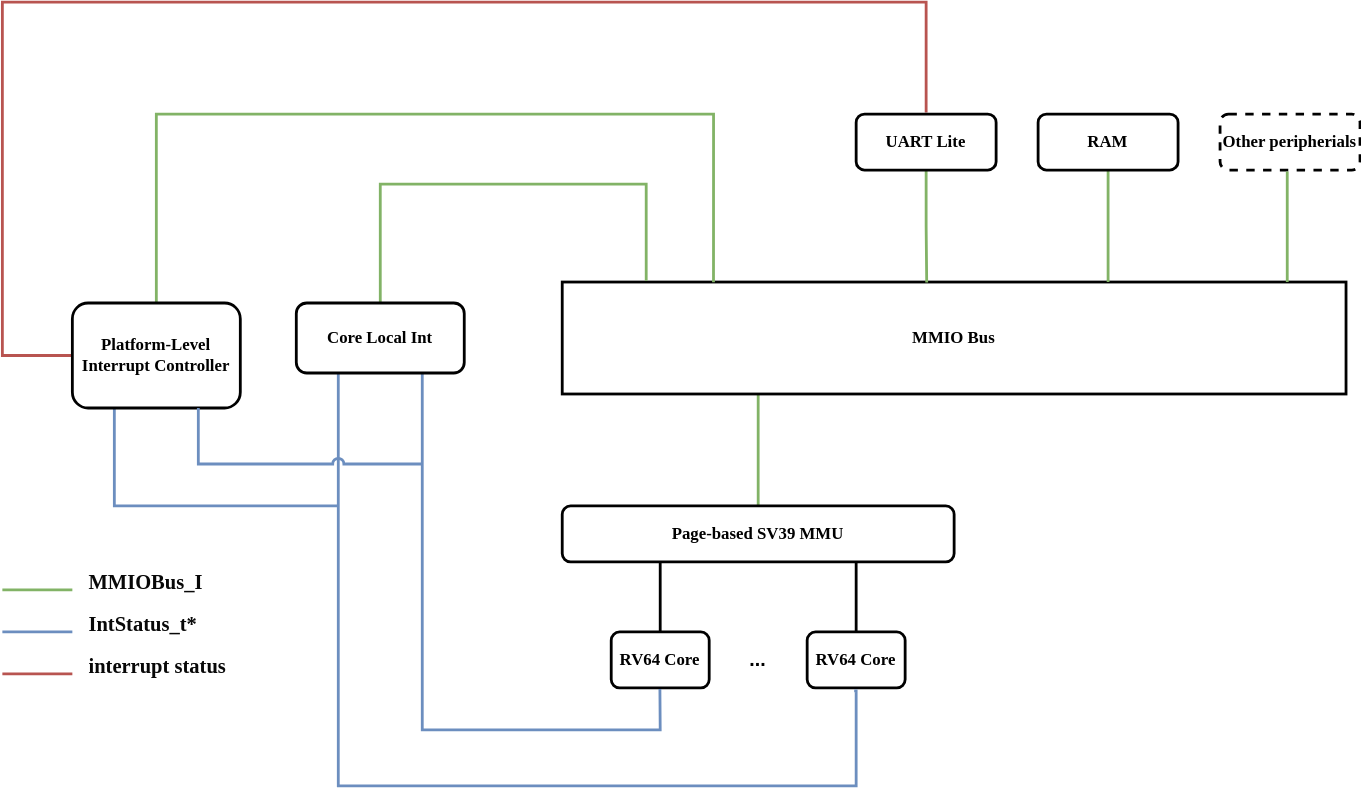
Earlier version of the draw.io export me-emu.svg (DreamChaser-luzeyu/M-EMU). Source tidied: cells renumbered, new cells last; positions are measured from the earlier drawing's top-left corner, leaving out a move shared by most shapes.
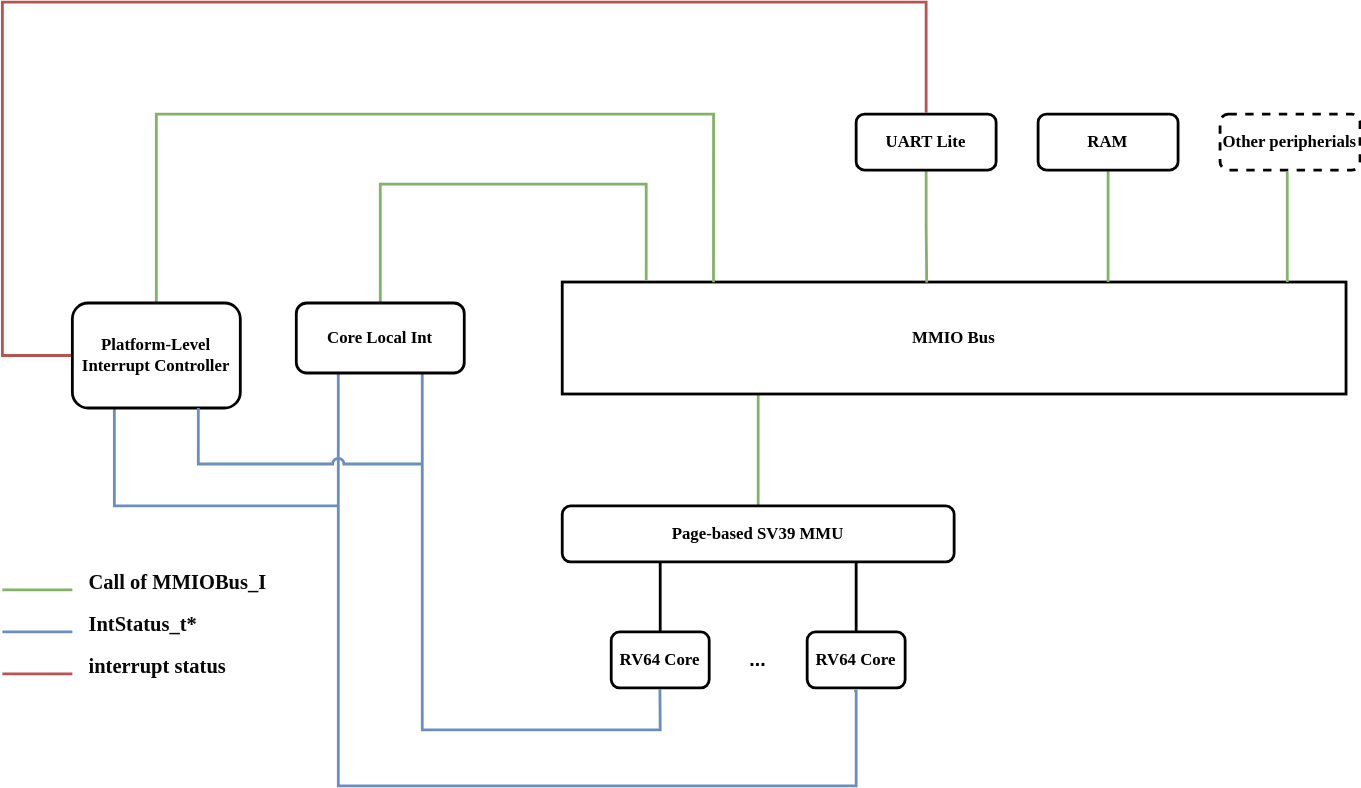
After the change.

Change to the diagram source:
```diff
@@ -130,8 +130,8 @@
         <mxPoint x="50" y="420" as="targetPoint" />
       </mxGeometry>
     </mxCell>
-    <mxCell id="26" value="&lt;div style=&quot;background-color: rgb(255, 255, 255); color: rgb(8, 8, 8); font-size: 11pt;&quot;&gt;MMIOBus_I&lt;/div&gt;" style="text;html=1;strokeColor=none;fillColor=none;align=left;verticalAlign=middle;whiteSpace=wrap;rounded=0;fontStyle=1;fontFamily=Lucida Console;" parent="1" vertex="1">
-      <mxGeometry x="60" y="400" width="90" height="30" as="geometry" />
+    <mxCell id="26" value="&lt;div style=&quot;background-color: rgb(255, 255, 255); color: rgb(8, 8, 8); font-size: 11pt;&quot;&gt;Call of MMIOBus_I&lt;/div&gt;" style="text;html=1;strokeColor=none;fillColor=none;align=left;verticalAlign=middle;whiteSpace=wrap;rounded=0;fontStyle=1;fontFamily=Lucida Console;" parent="1" vertex="1">
+      <mxGeometry x="60" y="400" width="160" height="30" as="geometry" />
     </mxCell>
     <mxCell id="27" style="endArrow=none;html=1;rounded=0;fillColor=#f8cecc;strokeColor=#b85450;strokeWidth=2;" parent="1" edge="1">
       <mxGeometry relative="1" as="geometry">
```
